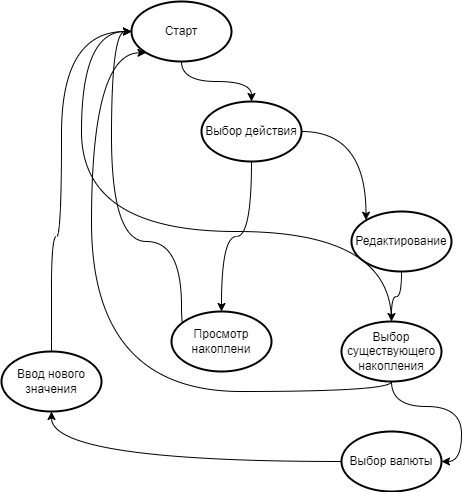
Before: schem/state.png, a diagram exported from draw.io (mockingbird12/money_accumulate_bot). Source tidied: cells renumbered, new cells last; positions are measured from the earlier drawing's top-left corner, leaving out a move shared by most shapes.
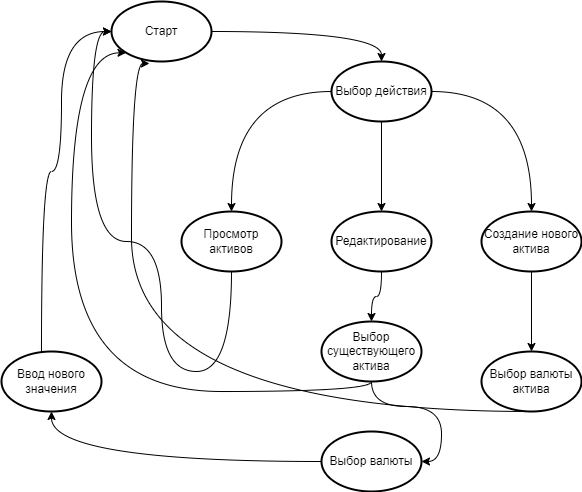
The same file after the commit.

Commit message:
Добавление активов с указанием валюты.

The edit, as a diff of the source:
```diff
@@ -2,10 +2,7 @@
   <root>
     <mxCell id="0" />
     <mxCell id="1" parent="0" />
-    <mxCell id="2" style="edgeStyle=orthogonalEdgeStyle;curved=1;rounded=0;jettySize=auto;html=1;entryX=0.145;entryY=0.145;entryDx=0;entryDy=0;entryPerimeter=0;exitX=1;exitY=0.5;exitDx=0;exitDy=0;exitPerimeter=0;" parent="1" edge="1" source="14" target="8">
-      <mxGeometry relative="1" as="geometry" />
-    </mxCell>
-    <mxCell id="3" style="edgeStyle=orthogonalEdgeStyle;curved=1;rounded=0;jettySize=auto;html=1;" parent="1" edge="1" source="4" target="14">
+    <mxCell id="3" style="edgeStyle=orthogonalEdgeStyle;curved=1;rounded=0;jettySize=auto;html=1;entryX=0.5;entryY=0;entryDx=0;entryDy=0;entryPerimeter=0;" parent="1" edge="1" source="4" target="14">
       <mxGeometry relative="1" as="geometry" />
     </mxCell>
     <mxCell id="4" value="Старт" style="strokeWidth=2;html=1;shape=mxgraph.flowchart.start_1;whiteSpace=wrap;" parent="1" vertex="1">
@@ -21,8 +18,8 @@
         </Array>
       </mxGeometry>
     </mxCell>
-    <mxCell id="6" value="Просмотр накоплени" style="strokeWidth=2;html=1;shape=mxgraph.flowchart.start_1;whiteSpace=wrap;" parent="1" vertex="1">
-      <mxGeometry x="170" y="310" width="100" height="60" as="geometry" />
+    <mxCell id="6" value="Просмотр активов" style="strokeWidth=2;html=1;shape=mxgraph.flowchart.start_1;whiteSpace=wrap;" parent="1" vertex="1">
+      <mxGeometry x="200" y="210" width="100" height="60" as="geometry" />
     </mxCell>
     <mxCell id="7" style="edgeStyle=orthogonalEdgeStyle;curved=1;rounded=0;jettySize=auto;html=1;" parent="1" edge="1" source="8" target="12">
       <mxGeometry relative="1" as="geometry" />
@@ -30,14 +27,6 @@
     <mxCell id="8" value="Редактирование" style="strokeWidth=2;html=1;shape=mxgraph.flowchart.start_1;whiteSpace=wrap;" parent="1" vertex="1">
       <mxGeometry x="350" y="210" width="100" height="60" as="geometry" />
     </mxCell>
-    <mxCell id="9" style="edgeStyle=orthogonalEdgeStyle;curved=1;rounded=0;jettySize=auto;html=1;entryX=0;entryY=0.5;entryDx=0;entryDy=0;entryPerimeter=0;" parent="1" edge="1" source="12" target="4">
-      <mxGeometry relative="1" as="geometry">
-        <Array as="points">
-          <mxPoint x="80" y="230" />
-          <mxPoint x="80" y="30" />
-        </Array>
-      </mxGeometry>
-    </mxCell>
     <mxCell id="10" style="edgeStyle=orthogonalEdgeStyle;curved=1;rounded=0;jettySize=auto;html=1;entryX=0.145;entryY=0.855;entryDx=0;entryDy=0;entryPerimeter=0;" parent="1" edge="1" source="12" target="4">
       <mxGeometry relative="1" as="geometry">
         <Array as="points">
@@ -50,27 +39,32 @@
     <mxCell id="11" style="edgeStyle=orthogonalEdgeStyle;rounded=0;jettySize=auto;html=1;entryX=1;entryY=0.5;entryDx=0;entryDy=0;entryPerimeter=0;curved=1;" parent="1" edge="1" source="12" target="18">
       <mxGeometry relative="1" as="geometry" />
     </mxCell>
-    <mxCell id="12" value="Выбор существующего накопления" style="strokeWidth=2;html=1;shape=mxgraph.flowchart.start_1;whiteSpace=wrap;" parent="1" vertex="1">
+    <mxCell id="12" value="Выбор существующего актива" style="strokeWidth=2;html=1;shape=mxgraph.flowchart.start_1;whiteSpace=wrap;" parent="1" vertex="1">
       <mxGeometry x="340" y="320" width="100" height="60" as="geometry" />
     </mxCell>
     <mxCell id="13" style="edgeStyle=orthogonalEdgeStyle;curved=1;rounded=0;jettySize=auto;html=1;" parent="1" edge="1" source="14" target="6">
       <mxGeometry relative="1" as="geometry" />
     </mxCell>
+    <mxCell id="19" style="edgeStyle=orthogonalEdgeStyle;rounded=0;jettySize=auto;html=1;curved=1;" parent="1" edge="1" source="14" target="21">
+      <mxGeometry relative="1" as="geometry" />
+    </mxCell>
+    <mxCell id="2" style="edgeStyle=orthogonalEdgeStyle;rounded=0;jettySize=auto;html=1;entryX=0.5;entryY=0;entryDx=0;entryDy=0;entryPerimeter=0;" parent="1" edge="1" source="14" target="8">
+      <mxGeometry relative="1" as="geometry" />
+    </mxCell>
     <mxCell id="14" value="Выбор действия" style="strokeWidth=2;html=1;shape=mxgraph.flowchart.start_1;whiteSpace=wrap;" parent="1" vertex="1">
-      <mxGeometry x="200" y="100" width="100" height="60" as="geometry" />
+      <mxGeometry x="350" y="60" width="100" height="60" as="geometry" />
     </mxCell>
-    <mxCell id="15" style="edgeStyle=orthogonalEdgeStyle;rounded=0;jettySize=auto;html=1;curved=1;exitX=0.5;exitY=0;exitDx=0;exitDy=0;exitPerimeter=0;" parent="1" edge="1" source="16" target="4">
+    <mxCell id="15" style="edgeStyle=orthogonalEdgeStyle;curved=1;rounded=0;jettySize=auto;html=1;entryX=0;entryY=0.5;entryDx=0;entryDy=0;entryPerimeter=0;" parent="1" edge="1" source="16" target="4">
       <mxGeometry relative="1" as="geometry">
         <Array as="points">
-          <mxPoint x="50" y="340" />
-          <mxPoint x="50" y="235" />
-          <mxPoint x="60" y="235" />
-          <mxPoint x="60" y="30" />
+          <mxPoint x="60" y="170" />
+          <mxPoint x="80" y="170" />
+          <mxPoint x="80" y="30" />
         </Array>
       </mxGeometry>
     </mxCell>
     <mxCell id="16" value="Ввод нового значения" style="strokeWidth=2;html=1;shape=mxgraph.flowchart.start_1;whiteSpace=wrap;" parent="1" vertex="1">
-      <mxGeometry y="350" width="100" height="60" as="geometry" />
+      <mxGeometry x="20" y="350" width="100" height="60" as="geometry" />
     </mxCell>
     <mxCell id="17" style="edgeStyle=orthogonalEdgeStyle;rounded=0;jettySize=auto;html=1;curved=1;" parent="1" edge="1" source="18" target="16">
       <mxGeometry relative="1" as="geometry" />
@@ -78,5 +72,22 @@
     <mxCell id="18" value="Выбор валюты" style="strokeWidth=2;html=1;shape=mxgraph.flowchart.start_1;whiteSpace=wrap;" parent="1" vertex="1">
       <mxGeometry x="340" y="430" width="100" height="60" as="geometry" />
     </mxCell>
+    <mxCell id="20" style="edgeStyle=orthogonalEdgeStyle;curved=1;rounded=0;jettySize=auto;html=1;entryX=0.5;entryY=0;entryDx=0;entryDy=0;entryPerimeter=0;" parent="1" edge="1" source="21" target="23">
+      <mxGeometry relative="1" as="geometry" />
+    </mxCell>
+    <mxCell id="21" value="Создание нового актива" style="strokeWidth=2;html=1;shape=mxgraph.flowchart.start_1;whiteSpace=wrap;" parent="1" vertex="1">
+      <mxGeometry x="500" y="210" width="100" height="60" as="geometry" />
+    </mxCell>
+    <mxCell id="22" style="edgeStyle=orthogonalEdgeStyle;curved=1;rounded=0;jettySize=auto;html=1;entryX=0.38;entryY=1.033;entryDx=0;entryDy=0;entryPerimeter=0;exitX=0.5;exitY=1;exitDx=0;exitDy=0;exitPerimeter=0;" parent="1" edge="1" source="23" target="4">
+      <mxGeometry relative="1" as="geometry">
+        <Array as="points">
+          <mxPoint x="150" y="410" />
+          <mxPoint x="150" y="62" />
+        </Array>
+      </mxGeometry>
+    </mxCell>
+    <mxCell id="23" value="Выбор валюты актива" style="strokeWidth=2;html=1;shape=mxgraph.flowchart.start_1;whiteSpace=wrap;" parent="1" vertex="1">
+      <mxGeometry x="500" y="350" width="100" height="60" as="geometry" />
+    </mxCell>
   </root>
 </mxGraphModel>
```
